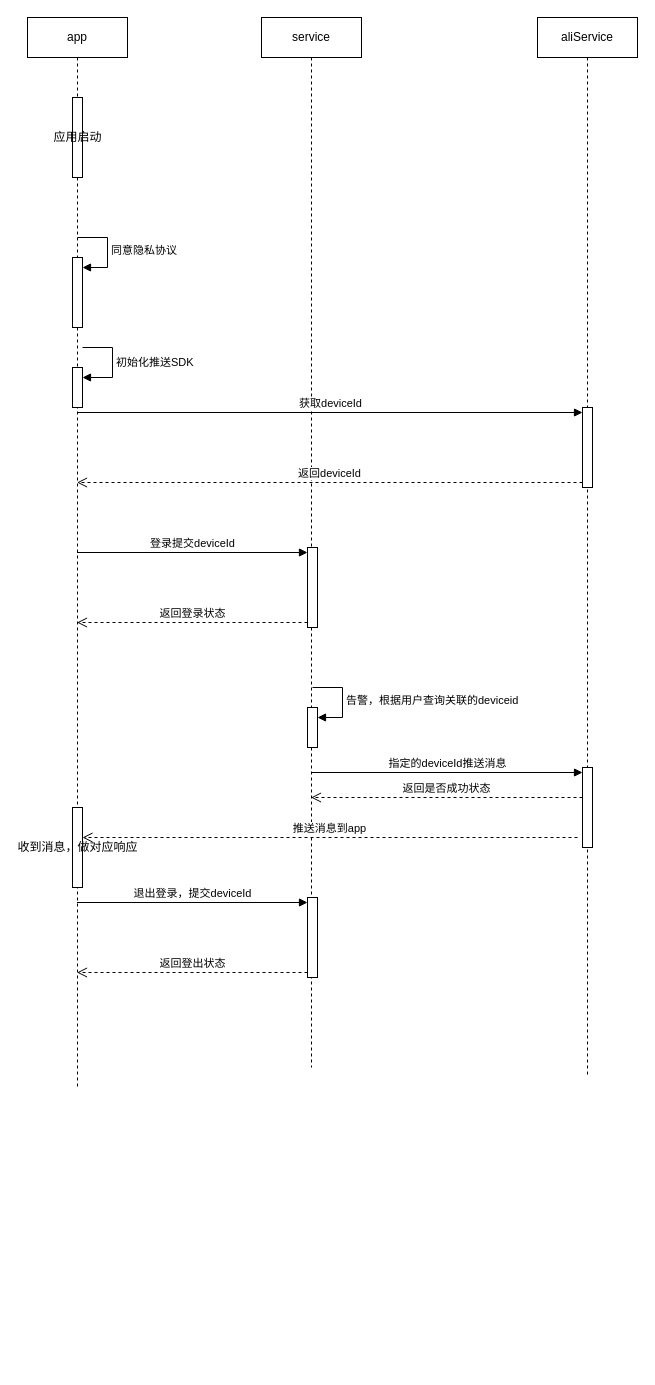
Earlier version of the draw.io diagram 推送设计.drawio (geeker-cmc/css3). Source tidied: cells renumbered, new cells numbered last; positions are measured from the earlier drawing's top-left corner, leaving out a move shared by most shapes. Both pictures are drawn from the tidied source at 100%, with x=0, y=0 at pixel (27, 17).
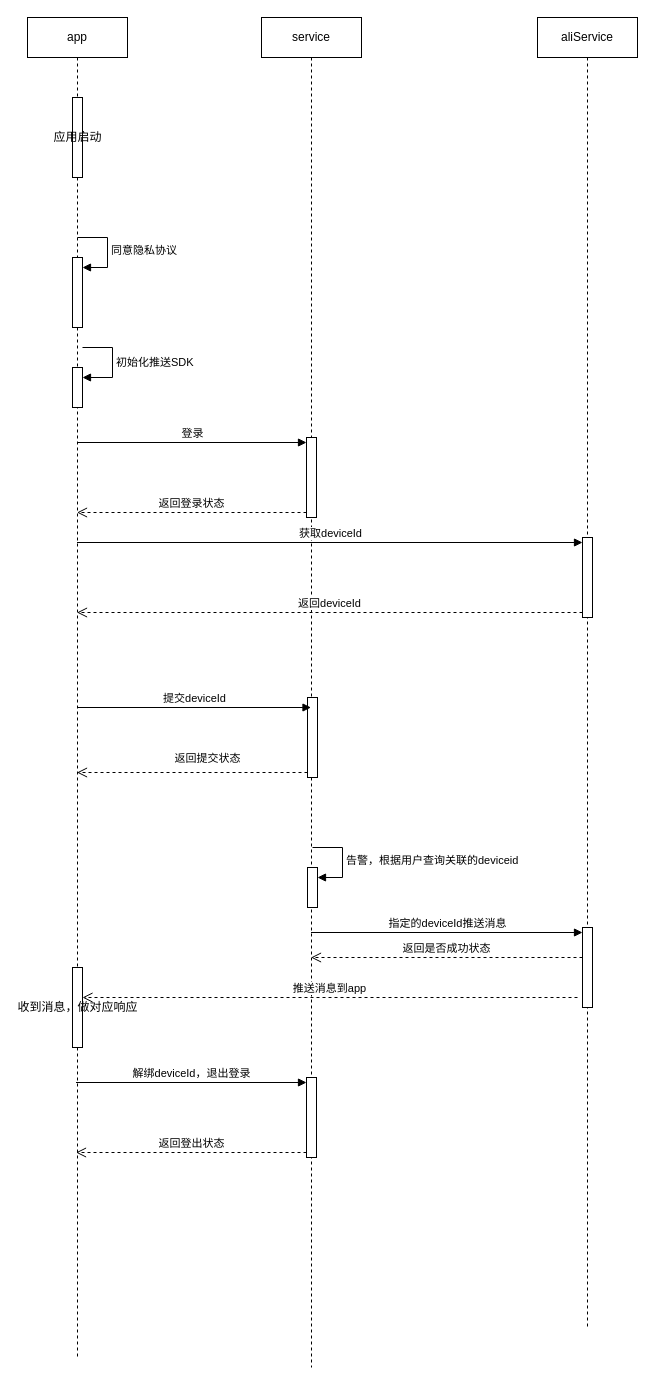
Above is the later version.

Commit message:
更新推送设计.drawio

Diff of the diagram source:
```diff
@@
     <mxCell id="2" value="app" style="shape=umlLifeline;perimeter=lifelinePerimeter;whiteSpace=wrap;html=1;outlineConnect=0;portConstraint=eastwest;newEdgeStyle={&quot;curved&quot;:0,&quot;rounded&quot;:0};" parent="1" vertex="1">
-      <mxGeometry width="100" height="1070" as="geometry" />
+      <mxGeometry width="100" height="1340" as="geometry" />
     </mxCell>
@@
-    <mxCell id="6" value="收到消息，做对应响应" style="html=1;points=[[0,0,0,0,5],[0,1,0,0,-5],[1,0,0,0,5],[1,1,0,0,-5]];perimeter=orthogonalPerimeter;outlineConnect=0;targetShapes=umlLifeline;portConstraint=eastwest;newEdgeStyle={&quot;curved&quot;:0,&quot;rounded&quot;:0};" parent="2" vertex="1">
-      <mxGeometry x="45" y="790" width="10" height="80" as="geometry" />
-    </mxCell>
@@
     <mxCell id="9" value="service" style="shape=umlLifeline;perimeter=lifelinePerimeter;whiteSpace=wrap;html=1;outlineConnect=0;portConstraint=eastwest;newEdgeStyle={&quot;curved&quot;:0,&quot;rounded&quot;:0};" parent="1" vertex="1">
-      <mxGeometry x="234" width="100" height="1050" as="geometry" />
+      <mxGeometry x="234" width="100" height="1350" as="geometry" />
     </mxCell>
     <mxCell id="10" style="html=1;points=[[0,0,0,0,5],[0,1,0,0,-5],[1,0,0,0,5],[1,1,0,0,-5]];perimeter=orthogonalPerimeter;outlineConnect=0;targetShapes=umlLifeline;portConstraint=eastwest;newEdgeStyle={&quot;curved&quot;:0,&quot;rounded&quot;:0};" parent="9" vertex="1">
-      <mxGeometry x="46" y="530" width="10" height="80" as="geometry" />
+      <mxGeometry x="45" y="420" width="10" height="80" as="geometry" />
     </mxCell>
+    <mxCell id="26" style="html=1;points=[[0,0,0,0,5],[0,1,0,0,-5],[1,0,0,0,5],[1,1,0,0,-5]];perimeter=orthogonalPerimeter;outlineConnect=0;targetShapes=umlLifeline;portConstraint=eastwest;newEdgeStyle={&quot;curved&quot;:0,&quot;rounded&quot;:0};" parent="9" vertex="1">
+      <mxGeometry x="46" y="680" width="10" height="80" as="geometry" />
+    </mxCell>
     <mxCell id="11" style="html=1;points=[[0,0,0,0,5],[0,1,0,0,-5],[1,0,0,0,5],[1,1,0,0,-5]];perimeter=orthogonalPerimeter;outlineConnect=0;targetShapes=umlLifeline;portConstraint=eastwest;newEdgeStyle={&quot;curved&quot;:0,&quot;rounded&quot;:0};" parent="9" vertex="1">
-      <mxGeometry x="46" y="880" width="10" height="80" as="geometry" />
+      <mxGeometry x="45" y="1060" width="10" height="80" as="geometry" />
     </mxCell>
+    <mxCell id="21" value="解绑deviceId，退出登录" style="html=1;verticalAlign=bottom;endArrow=block;curved=0;rounded=0;entryX=0;entryY=0;entryDx=0;entryDy=5;" parent="9" edge="1" target="11">
+      <mxGeometry relative="1" as="geometry">
+        <mxPoint x="-185.5" y="1065" as="sourcePoint" />
+      </mxGeometry>
+    </mxCell>
+    <mxCell id="22" value="返回登出状态" style="html=1;verticalAlign=bottom;endArrow=open;dashed=1;endSize=8;curved=0;rounded=0;exitX=0;exitY=1;exitDx=0;exitDy=-5;" parent="9" edge="1" source="11">
+      <mxGeometry relative="1" as="geometry">
+        <mxPoint x="-185.5" y="1135" as="targetPoint" />
+      </mxGeometry>
+    </mxCell>
+    <mxCell id="14" value="aliService" style="shape=umlLifeline;perimeter=lifelinePerimeter;whiteSpace=wrap;html=1;newEdgeStyle={&quot;curved&quot;:0,&quot;rounded&quot;:0};" parent="1" vertex="1">
+      <mxGeometry x="510" width="100" height="1310" as="geometry" />
+    </mxCell>
+    <mxCell id="15" style="html=1;points=[[0,0,0,0,5],[0,1,0,0,-5],[1,0,0,0,5],[1,1,0,0,-5]];perimeter=orthogonalPerimeter;outlineConnect=0;targetShapes=umlLifeline;portConstraint=eastwest;newEdgeStyle={&quot;curved&quot;:0,&quot;rounded&quot;:0};" parent="14" vertex="1">
+      <mxGeometry x="45" y="520" width="10" height="80" as="geometry" />
+    </mxCell>
+    <mxCell id="6" value="收到消息，做对应响应" style="html=1;points=[[0,0,0,0,5],[0,1,0,0,-5],[1,0,0,0,5],[1,1,0,0,-5]];perimeter=orthogonalPerimeter;outlineConnect=0;targetShapes=umlLifeline;portConstraint=eastwest;newEdgeStyle={&quot;curved&quot;:0,&quot;rounded&quot;:0};" parent="14" vertex="1">
+      <mxGeometry x="-465" y="950" width="10" height="80" as="geometry" />
+    </mxCell>
-    <mxCell id="12" style="html=1;points=[[0,0,0,0,5],[0,1,0,0,-5],[1,0,0,0,5],[1,1,0,0,-5]];perimeter=orthogonalPerimeter;outlineConnect=0;targetShapes=umlLifeline;portConstraint=eastwest;newEdgeStyle={&quot;curved&quot;:0,&quot;rounded&quot;:0};" parent="9" vertex="1">
-      <mxGeometry x="46" y="690" width="10" height="40" as="geometry" />
+    <mxCell id="12" style="html=1;points=[[0,0,0,0,5],[0,1,0,0,-5],[1,0,0,0,5],[1,1,0,0,-5]];perimeter=orthogonalPerimeter;outlineConnect=0;targetShapes=umlLifeline;portConstraint=eastwest;newEdgeStyle={&quot;curved&quot;:0,&quot;rounded&quot;:0};" parent="14" vertex="1">
+      <mxGeometry x="-230" y="850" width="10" height="40" as="geometry" />
     </mxCell>
-    <mxCell id="13" value="告警，根据用户查询关联的deviceid" style="html=1;align=left;spacingLeft=2;endArrow=block;rounded=0;edgeStyle=orthogonalEdgeStyle;curved=0;rounded=0;" parent="9" edge="1" target="12">
+    <mxCell id="13" value="告警，根据用户查询关联的deviceid" style="html=1;align=left;spacingLeft=2;endArrow=block;rounded=0;edgeStyle=orthogonalEdgeStyle;curved=0;rounded=0;" parent="14" edge="1" target="12">
       <mxGeometry relative="1" as="geometry">
-        <mxPoint x="51" y="670" as="sourcePoint" />
+        <mxPoint x="-225" y="830" as="sourcePoint" />
         <Array as="points">
-          <mxPoint x="81" y="700" />
+          <mxPoint x="-195" y="860" />
         </Array>
       </mxGeometry>
     </mxCell>
-    <mxCell id="14" value="aliService" style="shape=umlLifeline;perimeter=lifelinePerimeter;whiteSpace=wrap;html=1;newEdgeStyle={&quot;curved&quot;:0,&quot;rounded&quot;:0};" parent="1" vertex="1">
-      <mxGeometry x="510" width="100" height="1060" as="geometry" />
-    </mxCell>
-    <mxCell id="15" style="html=1;points=[[0,0,0,0,5],[0,1,0,0,-5],[1,0,0,0,5],[1,1,0,0,-5]];perimeter=orthogonalPerimeter;outlineConnect=0;targetShapes=umlLifeline;portConstraint=eastwest;newEdgeStyle={&quot;curved&quot;:0,&quot;rounded&quot;:0};" parent="14" vertex="1">
-      <mxGeometry x="45" y="390" width="10" height="80" as="geometry" />
-    </mxCell>
     <mxCell id="16" style="html=1;points=[[0,0,0,0,5],[0,1,0,0,-5],[1,0,0,0,5],[1,1,0,0,-5]];perimeter=orthogonalPerimeter;outlineConnect=0;targetShapes=umlLifeline;portConstraint=eastwest;newEdgeStyle={&quot;curved&quot;:0,&quot;rounded&quot;:0};" parent="14" vertex="1">
-      <mxGeometry x="45" y="750" width="10" height="80" as="geometry" />
+      <mxGeometry x="45" y="910" width="10" height="80" as="geometry" />
     </mxCell>
+    <mxCell id="23" value="指定的deviceId推送消息" style="html=1;verticalAlign=bottom;endArrow=block;curved=0;rounded=0;entryX=0;entryY=0;entryDx=0;entryDy=5;" parent="14" edge="1" target="16">
+      <mxGeometry relative="1" as="geometry">
+        <mxPoint x="-226.5" y="915" as="sourcePoint" />
+      </mxGeometry>
+    </mxCell>
+    <mxCell id="24" value="返回是否成功状态" style="html=1;verticalAlign=bottom;endArrow=open;dashed=1;endSize=8;curved=0;rounded=0;exitX=0;exitY=1;exitDx=0;exitDy=-5;" parent="14" edge="1">
+      <mxGeometry relative="1" as="geometry">
+        <mxPoint x="45" y="940" as="sourcePoint" />
+        <mxPoint x="-226.5" y="940" as="targetPoint" />
+      </mxGeometry>
+    </mxCell>
+    <mxCell id="25" value="推送消息到app" style="html=1;verticalAlign=bottom;endArrow=open;dashed=1;endSize=8;curved=0;rounded=0;" parent="14" edge="1" target="6">
+      <mxGeometry relative="1" as="geometry">
+        <mxPoint x="40" y="980" as="sourcePoint" />
+      </mxGeometry>
+    </mxCell>
-    <mxCell id="17" value="获取deviceId" style="html=1;verticalAlign=bottom;endArrow=block;curved=0;rounded=0;entryX=0;entryY=0;entryDx=0;entryDy=5;" parent="1" edge="1" source="2" target="15">
-      <mxGeometry relative="1" as="geometry" />
+    <mxCell id="17" value="获取deviceId" style="html=1;verticalAlign=bottom;endArrow=block;curved=0;rounded=0;entryX=0;entryY=0;entryDx=0;entryDy=5;" parent="1" edge="1" target="15">
+      <mxGeometry relative="1" as="geometry">
+        <mxPoint x="49.5" y="525" as="sourcePoint" />
+      </mxGeometry>
     </mxCell>
-    <mxCell id="18" value="返回deviceId" style="html=1;verticalAlign=bottom;endArrow=open;dashed=1;endSize=8;curved=0;rounded=0;exitX=0;exitY=1;exitDx=0;exitDy=-5;" parent="1" edge="1" source="15" target="2">
-      <mxGeometry relative="1" as="geometry" />
+    <mxCell id="18" value="返回deviceId" style="html=1;verticalAlign=bottom;endArrow=open;dashed=1;endSize=8;curved=0;rounded=0;exitX=0;exitY=1;exitDx=0;exitDy=-5;" parent="1" edge="1" source="15">
+      <mxGeometry relative="1" as="geometry">
+        <mxPoint x="49.5" y="595" as="targetPoint" />
+      </mxGeometry>
     </mxCell>
-    <mxCell id="19" value="登录提交deviceId" style="html=1;verticalAlign=bottom;endArrow=block;curved=0;rounded=0;entryX=0;entryY=0;entryDx=0;entryDy=5;" parent="1" edge="1" source="2" target="10">
+    <mxCell id="19" value="登录" style="html=1;verticalAlign=bottom;endArrow=block;curved=0;rounded=0;entryX=0;entryY=0;entryDx=0;entryDy=5;" parent="1" edge="1" source="2" target="10">
       <mxGeometry relative="1" as="geometry" />
     </mxCell>
@@
-    <mxCell id="21" value="退出登录，提交deviceId" style="html=1;verticalAlign=bottom;endArrow=block;curved=0;rounded=0;entryX=0;entryY=0;entryDx=0;entryDy=5;" parent="1" edge="1" target="11">
-      <mxGeometry relative="1" as="geometry">
-        <mxPoint x="49.5" y="885" as="sourcePoint" />
-      </mxGeometry>
-    </mxCell>
-    <mxCell id="22" value="返回登出状态" style="html=1;verticalAlign=bottom;endArrow=open;dashed=1;endSize=8;curved=0;rounded=0;exitX=0;exitY=1;exitDx=0;exitDy=-5;" parent="1" edge="1" source="11">
-      <mxGeometry relative="1" as="geometry">
-        <mxPoint x="49.5" y="955" as="targetPoint" />
-      </mxGeometry>
-    </mxCell>
-    <mxCell id="23" value="指定的deviceId推送消息" style="html=1;verticalAlign=bottom;endArrow=block;curved=0;rounded=0;entryX=0;entryY=0;entryDx=0;entryDy=5;" parent="1" edge="1" source="9" target="16">
-      <mxGeometry relative="1" as="geometry" />
-    </mxCell>
-    <mxCell id="24" value="返回是否成功状态" style="html=1;verticalAlign=bottom;endArrow=open;dashed=1;endSize=8;curved=0;rounded=0;exitX=0;exitY=1;exitDx=0;exitDy=-5;" parent="1" edge="1">
-      <mxGeometry relative="1" as="geometry">
-        <mxPoint x="555" y="780" as="sourcePoint" />
-        <mxPoint x="283.5" y="780" as="targetPoint" />
-      </mxGeometry>
-    </mxCell>
-    <mxCell id="25" value="推送消息到app" style="html=1;verticalAlign=bottom;endArrow=open;dashed=1;endSize=8;curved=0;rounded=0;" parent="1" edge="1" target="6">
-      <mxGeometry relative="1" as="geometry">
-        <mxPoint x="550" y="820" as="sourcePoint" />
-      </mxGeometry>
-    </mxCell>
+    <mxCell id="27" value="返回提交状态" style="html=1;verticalAlign=bottom;endArrow=open;dashed=1;endSize=8;curved=0;rounded=0;exitX=0;exitY=1;exitDx=0;exitDy=-5;" parent="1" edge="1" source="26" target="2">
+      <mxGeometry x="-0.13" y="-5" relative="1" as="geometry" />
+    </mxCell>
+    <mxCell id="28" value="提交deviceId" style="html=1;verticalAlign=bottom;endArrow=block;curved=0;rounded=0;" parent="1" edge="1">
+      <mxGeometry relative="1" as="geometry">
+        <mxPoint x="50" y="690" as="sourcePoint" />
+        <mxPoint x="283.5" y="690" as="targetPoint" />
+      </mxGeometry>
+    </mxCell>
```
